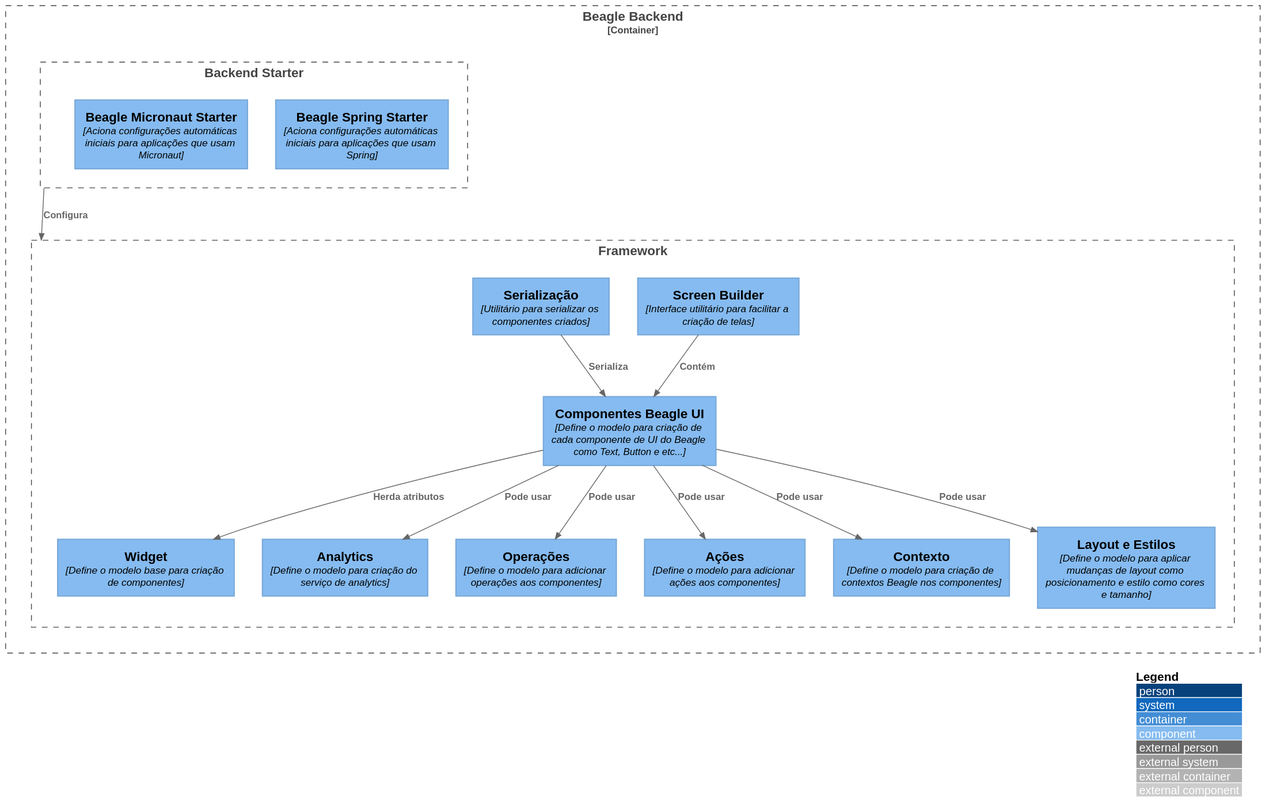
This is docs/C3 -  Component/Beagle Backend/c3.svg from ZupIT/beagle-c4model, a PlantUML export, as it was before one commit.
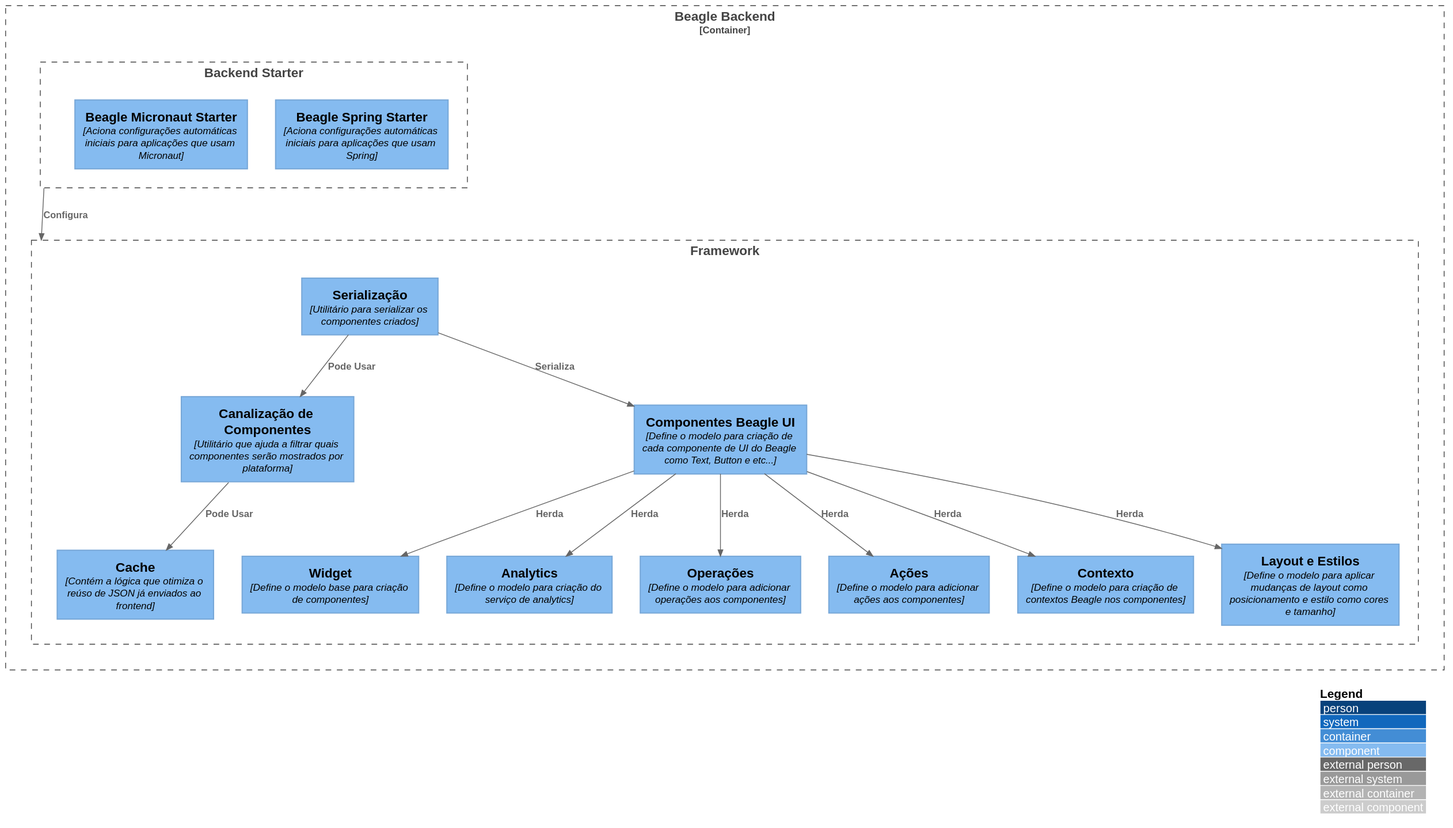
Later version of the same file.

Commit message:
Updates diagrams and descriptions

Diff of the diagram source:
```diff
@@ -10,7 +10,8 @@
   }
 
   Boundary(framework, "Framework"){
-    Component(screen_builder, "Screen Builder", "Interface utilitário para facilitar a criação de telas")
+    Component(cache, "Cache", "Contém a lógica que otimiza o reúso de JSON já enviados ao frontend")
+    Component(component_sorting, "Canalização de Componentes", "Utilitário que ajuda a filtrar quais componentes serão mostrados por plataforma")
     Component(widget, "Widget", "Define o modelo base para criação de componentes")
     Component(beagle_components, "Componentes Beagle UI", "Define o modelo para criação de cada componente de UI do Beagle como Text, Button e etc...")
     Component(analytics, "Analytics", "Define o modelo para criação do serviço de analytics")
@@ -26,14 +27,14 @@
 Rel(backend_starter,framework, "Configura")
 
 Rel(serialization, beagle_components, "Serializa")
-
-Rel(screen_builder,beagle_components, "Contém")
-Rel(beagle_components,widget, "Herda atributos")
-Rel(beagle_components,analytics, "Pode usar")
-Rel(beagle_components,operations, "Pode usar")
-Rel(beagle_components,actions, "Pode usar")
-Rel(beagle_components,context, "Pode usar")
-Rel(beagle_components,layout_style, "Pode usar")
+Rel(serialization, component_sorting, "Pode Usar")
+Rel(component_sorting, cache, "Pode Usar")
+Rel(beagle_components,widget, "Herda")
+Rel(beagle_components,analytics, "Herda")
+Rel(beagle_components,operations, "Herda")
+Rel(beagle_components,actions, "Herda")
+Rel(beagle_components,context, "Herda")
+Rel(beagle_components,layout_style, "Herda")
 
 
 @enduml
```
